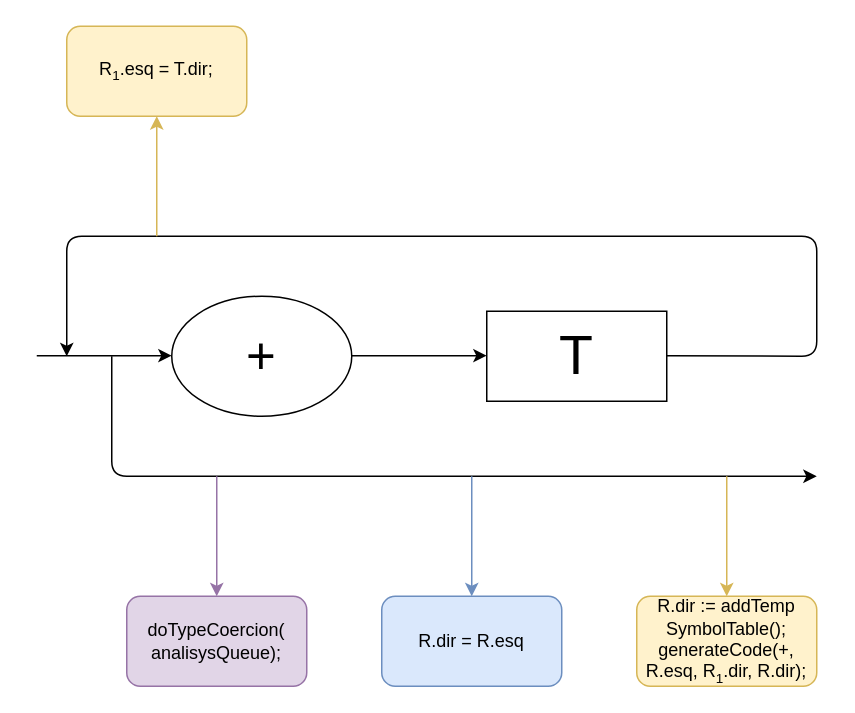
Before: grafosSintaticos/intermediateCodeGenerationRules/r_cg.drawio in AdrianoII/gccc, a draw.io diagram. Source tidied: cells renumbered, new cells numbered last; positions are measured from the earlier drawing's top-left corner, leaving out a move shared by most shapes. Both pictures are drawn from the tidied source at 150%, with x=0, y=0 at pixel (36, 26).
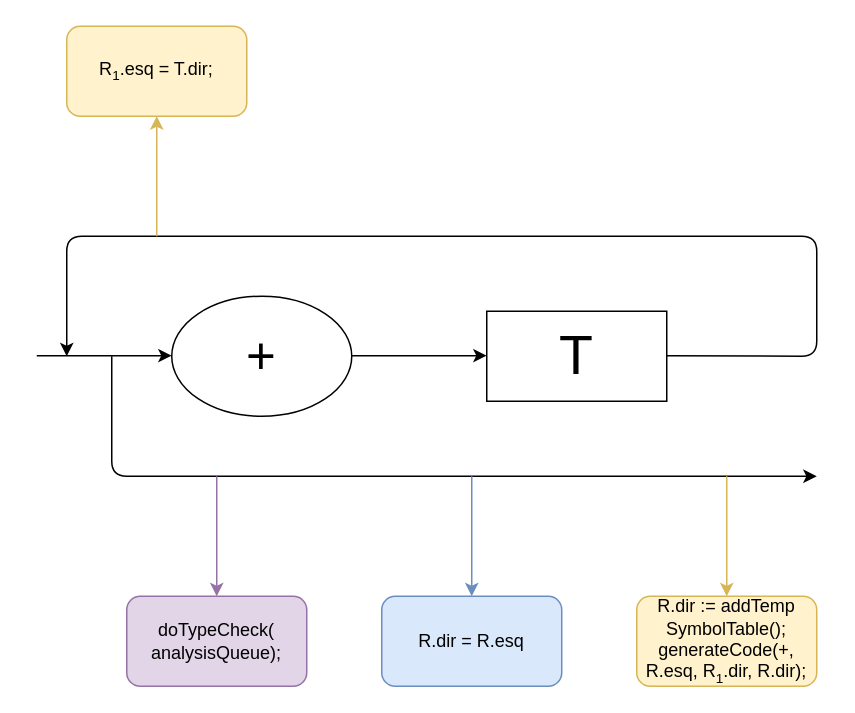
Above is the later version.

Unchanged cells that the change refers to:
```xml
<mxCell id="2" style="group;" parent="1" vertex="1">
  <mxGeometry width="520" height="440" as="geometry" />
</mxCell>
```

The edit, as a diff of the source:
```diff
@@
-    <mxCell id="11" value="doTypeCoercion(&lt;br&gt;analisysQueue);" style="rounded=1;whiteSpace=wrap;html=1;fillColor=#e1d5e7;strokeColor=#9673a6;" parent="2" vertex="1">
+    <mxCell id="11" value="doTypeCheck(&lt;br&gt;analysisQueue);" style="rounded=1;whiteSpace=wrap;html=1;fillColor=#e1d5e7;strokeColor=#9673a6;" parent="2" vertex="1">
       <mxGeometry x="60" y="380" width="120" height="60" as="geometry" />
     </mxCell>
```
